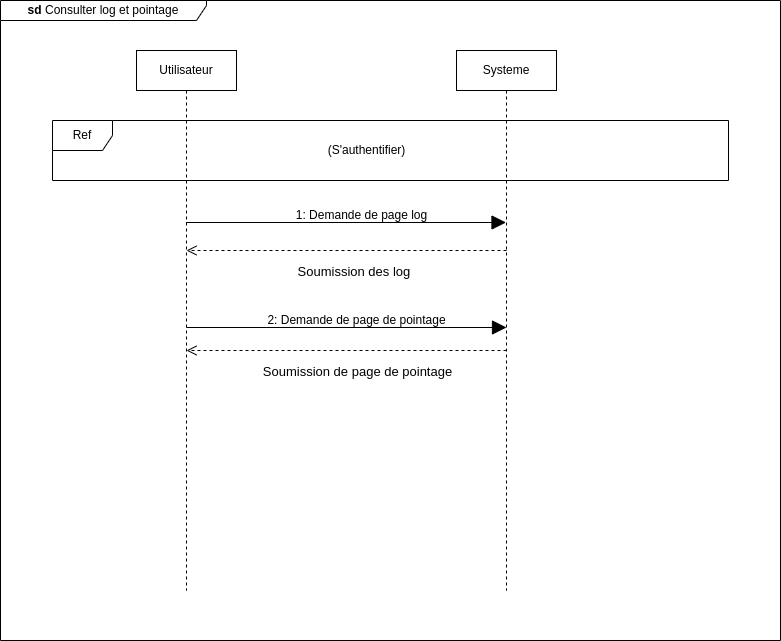
This is static/Diagramme de sequence consulter log et rapport .drawio.png from Siluearsene/borne_biometrique, a draw.io export, as it was before one commit. Source tidied: cells renumbered, new cells last; positions are measured from the earlier drawing's top-left corner, leaving out a move shared by most shapes.
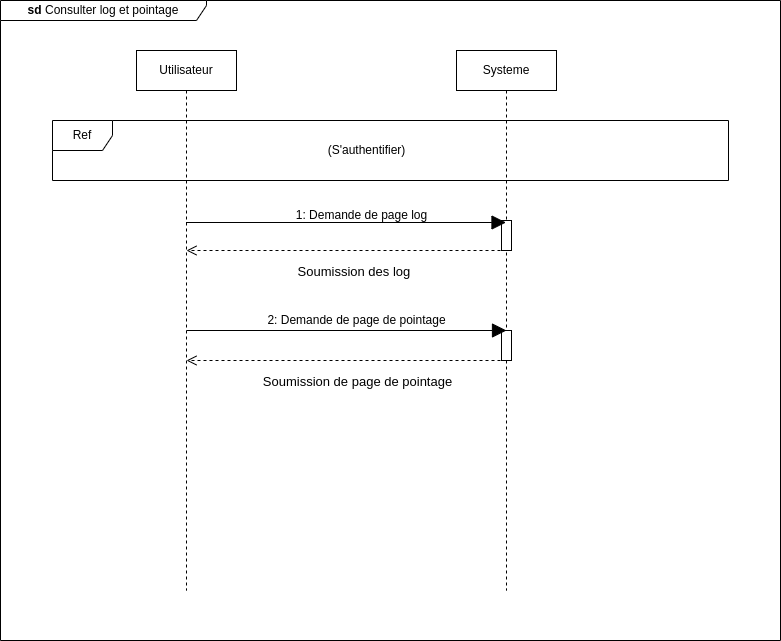
Later version of the same file.

Commit message:
Mettre à jour Diagramme de sequence consulter log et rapport .drawio.png

What changed in the source:
```diff
@@ -11,6 +11,12 @@
     <mxCell id="4" value="Systeme" style="shape=umlLifeline;perimeter=lifelinePerimeter;whiteSpace=wrap;html=1;newEdgeStyle={&quot;edgeStyle&quot;:&quot;elbowEdgeStyle&quot;,&quot;elbow&quot;:&quot;vertical&quot;,&quot;curved&quot;:0,&quot;rounded&quot;:0};rounded=0;" parent="1" vertex="1">
       <mxGeometry x="456" y="50" width="100" height="540" as="geometry" />
     </mxCell>
+    <mxCell id="15" style="html=1;perimeter=orthogonalPerimeter;targetShapes=umlLifeline;newEdgeStyle={&quot;edgeStyle&quot;:&quot;elbowEdgeStyle&quot;,&quot;elbow&quot;:&quot;vertical&quot;,&quot;curved&quot;:0,&quot;rounded&quot;:0};rounded=0;" parent="4" vertex="1">
+      <mxGeometry x="45" y="170" width="10" height="30" as="geometry" />
+    </mxCell>
+    <mxCell id="16" style="html=1;perimeter=orthogonalPerimeter;targetShapes=umlLifeline;newEdgeStyle={&quot;edgeStyle&quot;:&quot;elbowEdgeStyle&quot;,&quot;elbow&quot;:&quot;vertical&quot;,&quot;curved&quot;:0,&quot;rounded&quot;:0};rounded=0;" parent="4" vertex="1">
+      <mxGeometry x="45" y="280" width="10" height="30" as="geometry" />
+    </mxCell>
     <mxCell id="5" value="Ref" style="shape=umlFrame;whiteSpace=wrap;html=1;" parent="1" vertex="1">
       <mxGeometry x="52" y="120" width="676" height="60" as="geometry" />
     </mxCell>
@@ -42,8 +48,8 @@
     </mxCell>
     <mxCell id="11" style="endArrow=block;endFill=1;endSize=12;html=1;rounded=0;" parent="1" edge="1">
       <mxGeometry relative="1" as="geometry">
-        <mxPoint x="186" y="327" as="sourcePoint" />
-        <mxPoint x="506" y="327" as="targetPoint" />
+        <mxPoint x="186" y="330" as="sourcePoint" />
+        <mxPoint x="506" y="330" as="targetPoint" />
       </mxGeometry>
     </mxCell>
     <mxCell id="12" value="2: Demande de page de pointage" style="text;html=1;align=center;verticalAlign=middle;strokeColor=none;fillColor=none;rounded=0;" parent="1" vertex="1">
@@ -51,10 +57,10 @@
     </mxCell>
     <mxCell id="13" style="html=1;verticalAlign=bottom;endArrow=open;dashed=1;endSize=8;edgeStyle=elbowEdgeStyle;elbow=vertical;curved=0;rounded=0;" parent="1" edge="1">
       <mxGeometry relative="1" as="geometry">
-        <mxPoint x="506" y="350" as="sourcePoint" />
-        <mxPoint x="186" y="350" as="targetPoint" />
+        <mxPoint x="506" y="360" as="sourcePoint" />
+        <mxPoint x="186" y="360" as="targetPoint" />
         <Array as="points">
-          <mxPoint x="342.5" y="350" />
+          <mxPoint x="342.5" y="360" />
         </Array>
       </mxGeometry>
     </mxCell>
```
